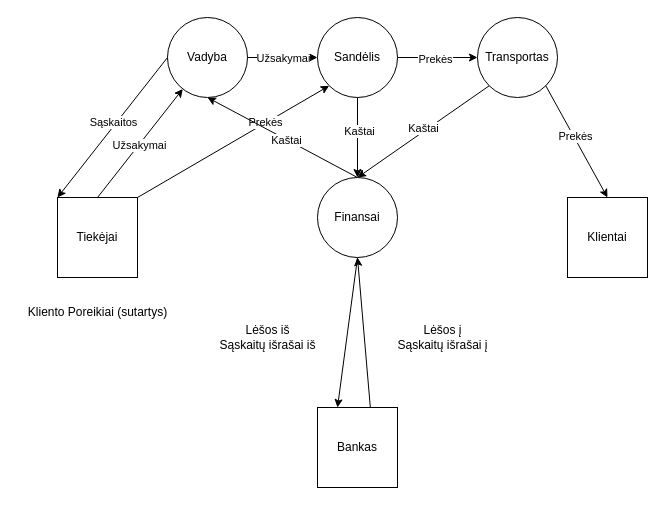
Above: page "Nulinis Lygis" (2 of 3) of Untitled Diagram.drawio in D0mazo/Studijos (draw.io), before the change. Source tidied: cells renumbered, new cells numbered last; positions are measured from the earlier drawing's top-left corner, leaving out a move shared by most shapes. Both pictures are drawn from the tidied source at 100%, with x=0, y=0 at pixel (17, 17).
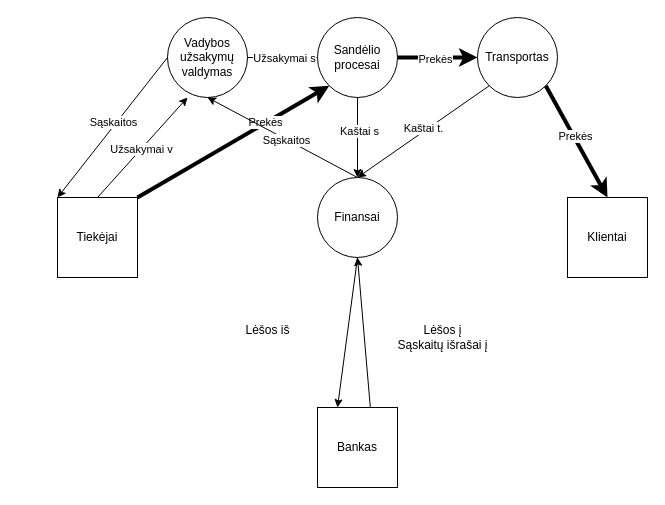
Above is the later version.

Unchanged cells that the change refers to:
```xml
<mxCell id="2" value="Klientai" style="whiteSpace=wrap;html=1;" parent="1" vertex="1">
  <mxGeometry x="550" y="180" width="80" height="80" as="geometry" />
</mxCell>
<mxCell id="3" value="Tiekėjai" style="whiteSpace=wrap;html=1;" parent="1" vertex="1">
  <mxGeometry x="40" y="180" width="80" height="80" as="geometry" />
</mxCell>
<mxCell id="16" value="Transportas" style="ellipse;whiteSpace=wrap;html=1;" parent="1" vertex="1">
  <mxGeometry x="460" width="80" height="80" as="geometry" />
</mxCell>
<mxCell id="26" style="endArrow=classic;html=1;rounded=0;exitX=0;exitY=1;exitDx=0;exitDy=0;entryX=0.5;entryY=0;entryDx=0;entryDy=0;" parent="1" edge="1" source="16" target="25">
  <mxGeometry relative="1" as="geometry" />
</mxCell>
<mxCell id="28" style="endArrow=classic;html=1;rounded=0;exitX=0.5;exitY=1;exitDx=0;exitDy=0;" parent="1" edge="1" source="13">
  <mxGeometry relative="1" as="geometry">
    <mxPoint x="340" y="160" as="targetPoint" />
  </mxGeometry>
</mxCell>
<mxCell id="30" style="endArrow=classic;html=1;rounded=0;exitX=0.5;exitY=0;exitDx=0;exitDy=0;entryX=0.5;entryY=1;entryDx=0;entryDy=0;" parent="1" edge="1" source="25" target="10">
  <mxGeometry relative="1" as="geometry" />
</mxCell>
```

Change to the diagram source:
```diff
@@
-    <mxCell id="8" value="Lėšos iš&lt;div&gt;Sąskaitų išrašai iš&lt;/div&gt;" style="text;html=1;align=center;verticalAlign=middle;strokeColor=none;fillColor=none;" parent="1" vertex="1">
-      <mxGeometry x="190" y="300" width="120" height="40" as="geometry" />
+    <mxCell id="8" value="Lėšos iš&lt;div&gt;&lt;br&gt;&lt;/div&gt;" style="text;html=1;align=center;verticalAlign=middle;strokeColor=none;fillColor=none;" parent="1" vertex="1">
+      <mxGeometry x="215" y="300" width="70" height="40" as="geometry" />
     </mxCell>
-    <mxCell id="9" value="Kliento Poreikiai (sutartys)" style="text;html=1;align=center;verticalAlign=middle;strokeColor=none;fillColor=none;" parent="1" vertex="1">
-      <mxGeometry y="280" width="160" height="30" as="geometry" />
-    </mxCell>
-    <mxCell id="10" value="Vadyba" style="ellipse;whiteSpace=wrap;html=1;" parent="1" vertex="1">
+    <mxCell id="10" value="Vadybos užsakymų valdymas" style="ellipse;whiteSpace=wrap;html=1;" parent="1" vertex="1">
       <mxGeometry x="150" width="80" height="80" as="geometry" />
     </mxCell>
-    <mxCell id="11" style="endArrow=classic;html=1;rounded=0;exitX=0.5;exitY=0;exitDx=0;exitDy=0;" parent="1" edge="1" source="3" target="10">
-      <mxGeometry relative="1" as="geometry" />
+    <mxCell id="11" style="endArrow=classic;html=1;rounded=0;exitX=0.5;exitY=0;exitDx=0;exitDy=0;" parent="1" edge="1" source="3">
+      <mxGeometry relative="1" as="geometry">
+        <mxPoint x="170" y="80" as="targetPoint" />
+        <Array as="points">
+          <mxPoint x="170" y="80" />
+        </Array>
+      </mxGeometry>
     </mxCell>
-    <mxCell id="12" value="Užsakymai" style="edgeLabel;html=1;align=center;verticalAlign=middle;" parent="11" vertex="1">
+    <mxCell id="12" value="Užsakymai v" style="edgeLabel;html=1;align=center;verticalAlign=middle;" parent="11" vertex="1">
       <mxGeometry x="-0.03" relative="1" as="geometry" />
     </mxCell>
-    <mxCell id="13" value="Sandėlis" style="ellipse;whiteSpace=wrap;html=1;" parent="1" vertex="1">
+    <mxCell id="13" value="Sandėlio procesai" style="ellipse;whiteSpace=wrap;html=1;" parent="1" vertex="1">
       <mxGeometry x="300" width="80" height="80" as="geometry" />
     </mxCell>
-    <mxCell id="14" style="endArrow=classic;html=1;rounded=0;exitX=1;exitY=0;exitDx=0;exitDy=0;entryX=0;entryY=1;entryDx=0;entryDy=0;" parent="1" edge="1" source="3" target="13">
+    <mxCell id="14" style="endArrow=classic;html=1;rounded=0;exitX=1;exitY=0;exitDx=0;exitDy=0;entryX=0;entryY=1;entryDx=0;entryDy=0;strokeWidth=4;" parent="1" edge="1" source="3" target="13">
       <mxGeometry relative="1" as="geometry" />
     </mxCell>
@@
-    <mxCell id="17" style="endArrow=classic;html=1;rounded=0;exitX=1;exitY=0.5;exitDx=0;exitDy=0;entryX=0;entryY=0.5;entryDx=0;entryDy=0;" parent="1" edge="1" source="13" target="16">
+    <mxCell id="17" style="endArrow=classic;html=1;rounded=0;exitX=1;exitY=0.5;exitDx=0;exitDy=0;entryX=0;entryY=0.5;entryDx=0;entryDy=0;endSize=6;strokeWidth=4;" parent="1" edge="1" source="13" target="16">
       <mxGeometry relative="1" as="geometry" />
     </mxCell>
@@
-    <mxCell id="19" style="endArrow=classic;html=1;rounded=0;exitX=1;exitY=1;exitDx=0;exitDy=0;entryX=0.5;entryY=0;entryDx=0;entryDy=0;" parent="1" edge="1" source="16" target="2">
+    <mxCell id="19" style="endArrow=classic;html=1;rounded=0;exitX=1;exitY=1;exitDx=0;exitDy=0;entryX=0.5;entryY=0;entryDx=0;entryDy=0;strokeWidth=4;" parent="1" edge="1" source="16" target="2">
       <mxGeometry relative="1" as="geometry" />
     </mxCell>
@@
-    <mxCell id="23" style="endArrow=classic;html=1;rounded=0;exitX=1;exitY=0.5;exitDx=0;exitDy=0;entryX=0;entryY=0.5;entryDx=0;entryDy=0;" parent="1" edge="1" source="10" target="13">
+    <mxCell id="23" style="endArrow=classic;html=1;rounded=0;entryX=0;entryY=0.5;entryDx=0;entryDy=0;exitX=1;exitY=0.5;exitDx=0;exitDy=0;" parent="1" edge="1" source="10" target="13">
       <mxGeometry relative="1" as="geometry" />
     </mxCell>
-    <mxCell id="24" value="Užsakymai" style="edgeLabel;html=1;align=center;verticalAlign=middle;" parent="23" vertex="1">
-      <mxGeometry x="-0.01" relative="1" as="geometry" />
+    <mxCell id="24" value="Užsakymai s" style="edgeLabel;html=1;align=center;verticalAlign=middle;" parent="23" vertex="1">
+      <mxGeometry x="-0.01" relative="1" as="geometry">
+        <mxPoint x="1" as="offset" />
+      </mxGeometry>
     </mxCell>
@@
-    <mxCell id="27" value="Kaštai" style="edgeLabel;html=1;align=center;verticalAlign=middle;" parent="26" vertex="1">
+    <mxCell id="27" value="Kaštai t." style="edgeLabel;html=1;align=center;verticalAlign=middle;" parent="26" vertex="1">
       <mxGeometry x="-0.01" y="-3" relative="1" as="geometry" />
     </mxCell>
@@
-    <mxCell id="29" value="Kaštai" style="edgeLabel;html=1;align=center;verticalAlign=middle;" parent="28" vertex="1">
+    <mxCell id="29" value="Kaštai s" style="edgeLabel;html=1;align=center;verticalAlign=middle;" parent="28" vertex="1">
       <mxGeometry x="-0.18" y="1" relative="1" as="geometry" />
     </mxCell>
@@
-    <mxCell id="31" value="Kaštai" style="edgeLabel;html=1;align=center;verticalAlign=middle;" parent="30" vertex="1">
+    <mxCell id="31" value="Sąskaitos" style="edgeLabel;html=1;align=center;verticalAlign=middle;" parent="30" vertex="1">
       <mxGeometry x="-0.03" y="1" relative="1" as="geometry">
         <mxPoint x="1" as="offset" />
       </mxGeometry>
     </mxCell>
```
